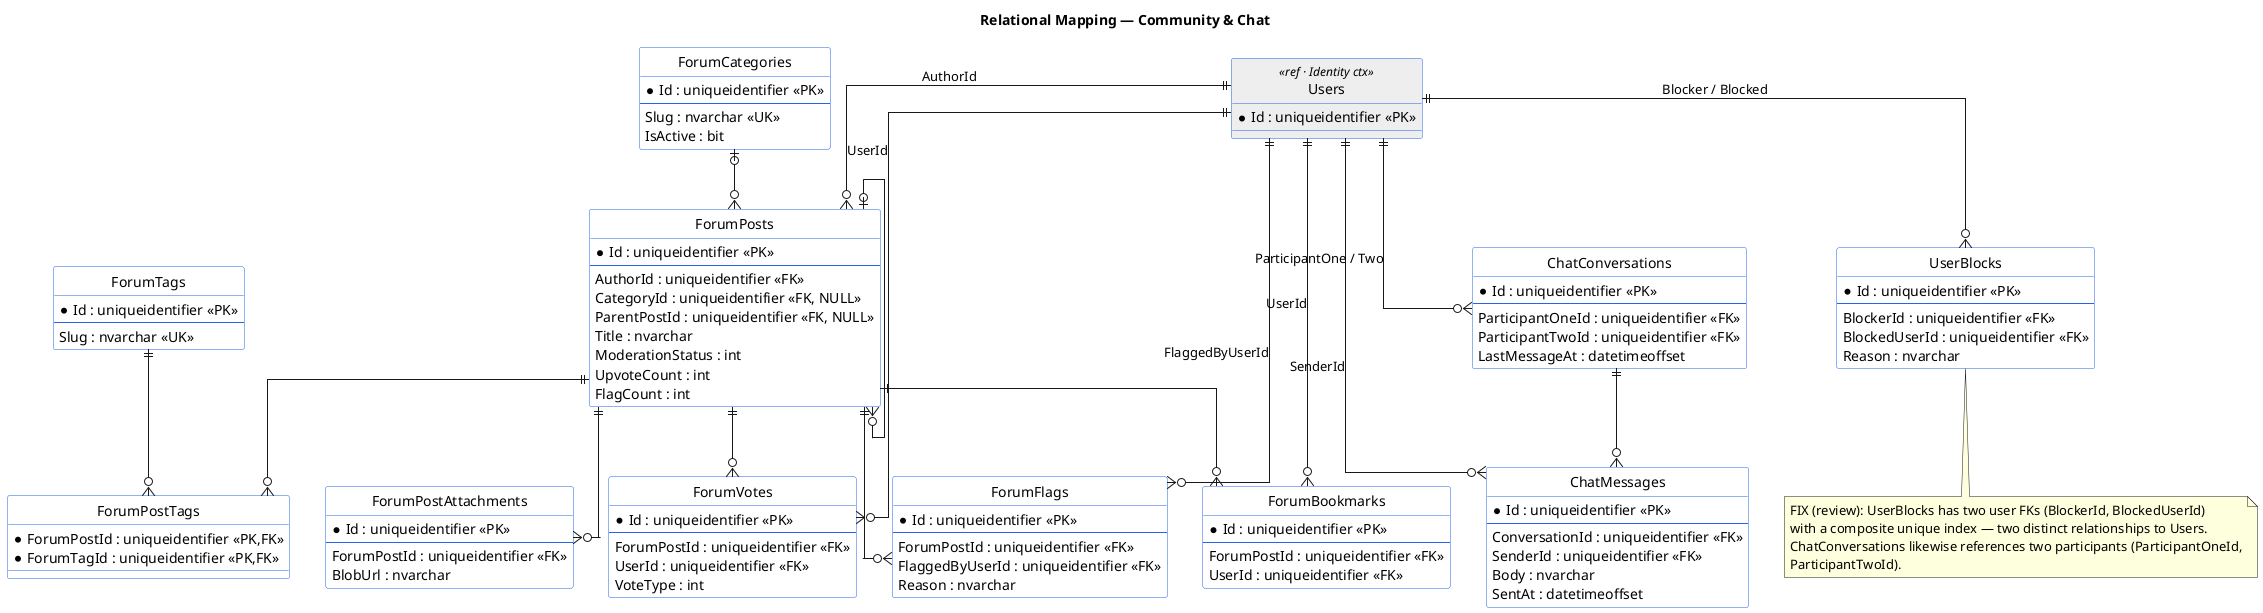
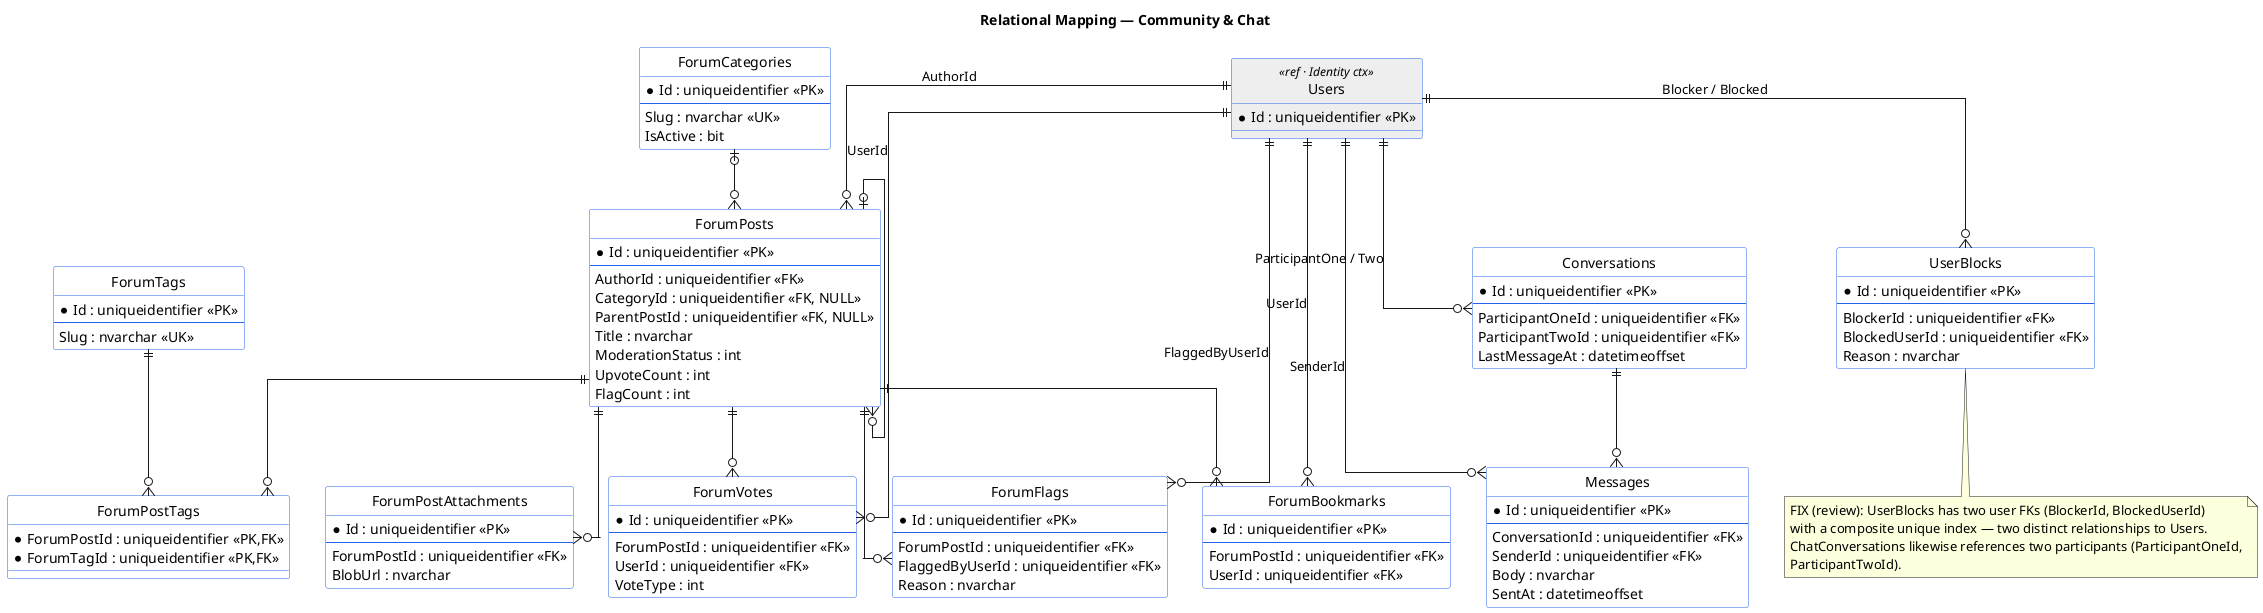
@startuml mapping-04-community-chat
title Relational Mapping — Community & Chat

skinparam linetype ortho
hide circle
skinparam class {
  BackgroundColor White
  BorderColor #2563eb
}

entity "Users" as users <<ref · Identity ctx>> #EEEEEE {
  *Id : uniqueidentifier <<PK>>
}

entity "ForumCategories" as fcat {
  *Id : uniqueidentifier <<PK>>
  --
  Slug : nvarchar <<UK>>
  IsActive : bit
}

entity "ForumPosts" as fp {
  *Id : uniqueidentifier <<PK>>
  --
  AuthorId : uniqueidentifier <<FK>>
  CategoryId : uniqueidentifier <<FK, NULL>>
  ParentPostId : uniqueidentifier <<FK, NULL>>
  Title : nvarchar
  ModerationStatus : int
  UpvoteCount : int
  FlagCount : int
}

entity "ForumTags" as ft {
  *Id : uniqueidentifier <<PK>>
  --
  Slug : nvarchar <<UK>>
}

entity "ForumPostTags" as fpt {
  *ForumPostId : uniqueidentifier <<PK,FK>>
  *ForumTagId : uniqueidentifier <<PK,FK>>
}

entity "ForumVotes" as fv {
  *Id : uniqueidentifier <<PK>>
  --
  ForumPostId : uniqueidentifier <<FK>>
  UserId : uniqueidentifier <<FK>>
  VoteType : int
}

entity "ForumFlags" as ff {
  *Id : uniqueidentifier <<PK>>
  --
  ForumPostId : uniqueidentifier <<FK>>
  FlaggedByUserId : uniqueidentifier <<FK>>
  Reason : nvarchar
}

entity "ForumBookmarks" as fb {
  *Id : uniqueidentifier <<PK>>
  --
  ForumPostId : uniqueidentifier <<FK>>
  UserId : uniqueidentifier <<FK>>
}

entity "ForumPostAttachments" as fa {
  *Id : uniqueidentifier <<PK>>
  --
  ForumPostId : uniqueidentifier <<FK>>
  BlobUrl : nvarchar
}

- entity "ChatConversations" as cc {
+ entity "Conversations" as cc {
  *Id : uniqueidentifier <<PK>>
  --
  ParticipantOneId : uniqueidentifier <<FK>>
  ParticipantTwoId : uniqueidentifier <<FK>>
  LastMessageAt : datetimeoffset
}

- entity "ChatMessages" as cm {
+ entity "Messages" as cm {
  *Id : uniqueidentifier <<PK>>
  --
  ConversationId : uniqueidentifier <<FK>>
  SenderId : uniqueidentifier <<FK>>
  Body : nvarchar
  SentAt : datetimeoffset
}

entity "UserBlocks" as ub {
  *Id : uniqueidentifier <<PK>>
  --
  BlockerId : uniqueidentifier <<FK>>
  BlockedUserId : uniqueidentifier <<FK>>
  Reason : nvarchar
  ' UK (BlockerId, BlockedUserId)
}

' ----- intra-context FKs -----
fcat |o--o{ fp
fp   |o--o{ fp
fp   ||--o{ fpt
ft   ||--o{ fpt
fp   ||--o{ fv
fp   ||--o{ ff
fp   ||--o{ fb
fp   ||--o{ fa
cc   ||--o{ cm

' ----- cross-context FKs -----
users ||--o{ fp : AuthorId
users ||--o{ fv : UserId
users ||--o{ ff : FlaggedByUserId
users ||--o{ fb : UserId
users ||--o{ cm : SenderId
users ||--o{ cc : ParticipantOne / Two
users ||--o{ ub : Blocker / Blocked

note bottom of ub
  FIX (review): UserBlocks has two user FKs (BlockerId, BlockedUserId)
  with a composite unique index — two distinct relationships to Users.
  ChatConversations likewise references two participants (ParticipantOneId,
  ParticipantTwoId).
end note
@enduml
